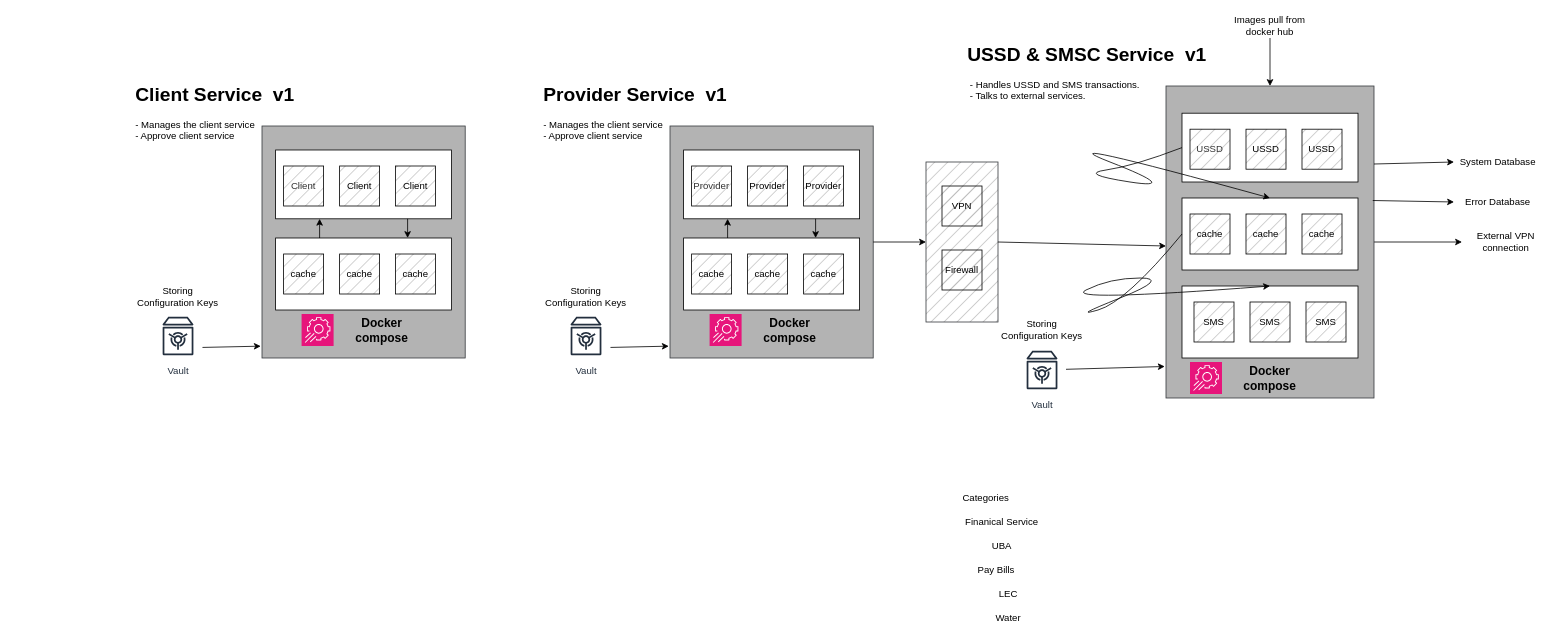
The draw.io diagram VAS.drawio in brilliantnarlo/system-design, before the edit. Source tidied: cells renumbered, new cells numbered last; positions are measured from the earlier drawing's top-left corner, leaving out a move shared by most shapes. Both pictures are drawn from the tidied source at 80%, with x=0, y=0 at pixel (134, 14).
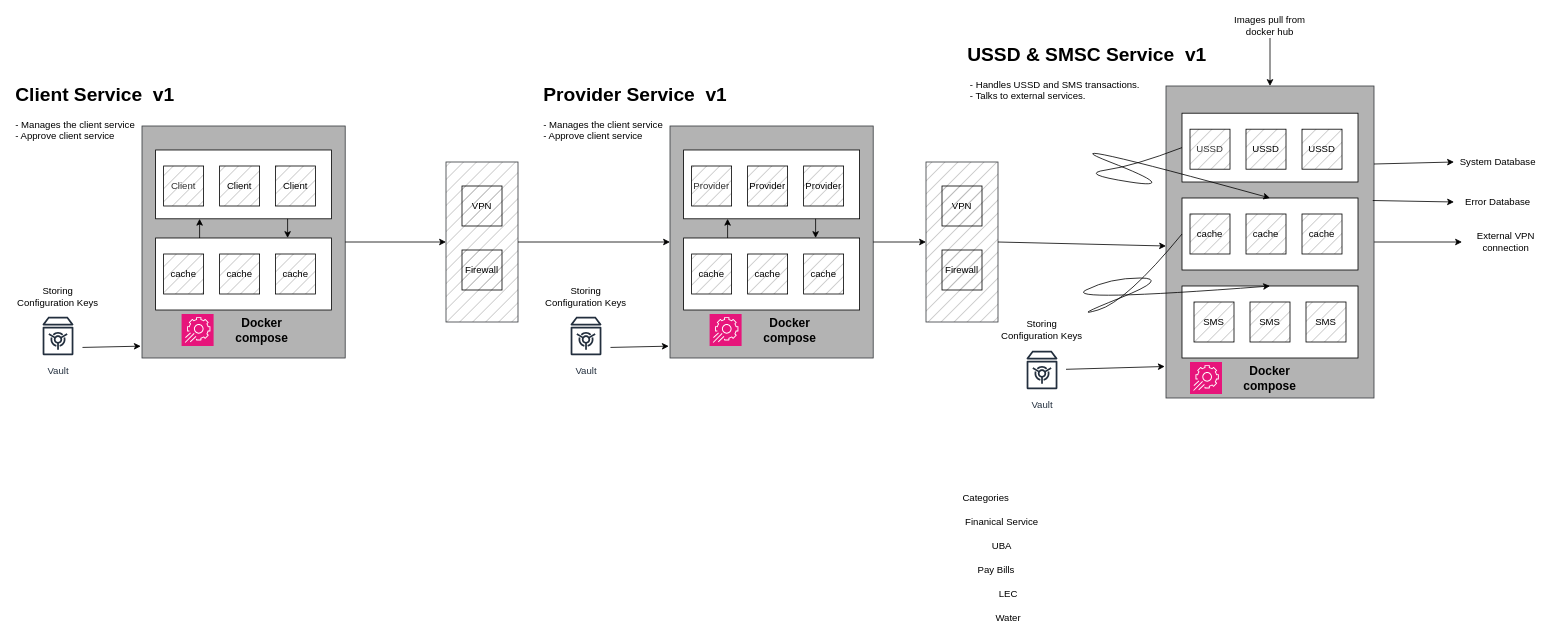
The same page after the edit.

The change refers to these unchanged cells:
```xml
<mxCell id="37" style="rounded=0;whiteSpace=wrap;html=1;fillColor=#B3B3B3;strokeColor=#36393d;strokeWidth=1;glass=0;fillStyle=solid;" parent="1" vertex="1">
  <mxGeometry x="670" y="140" width="254" height="290" as="geometry" />
</mxCell>
```

The edit, as a diff of the source:
```diff
@@
     <mxCell id="59" style="rounded=0;whiteSpace=wrap;html=1;fillColor=#B3B3B3;strokeColor=#36393d;strokeWidth=1;glass=0;fillStyle=solid;" parent="1" vertex="1">
-      <mxGeometry x="160" y="140" width="254" height="290" as="geometry" />
+      <mxGeometry x="10" y="140" width="254" height="290" as="geometry" />
     </mxCell>
     <mxCell id="60" value="&lt;h1 style=&quot;margin-top: 0px;&quot;&gt;Client Service&amp;nbsp; v1&lt;/h1&gt;&lt;div&gt;- Manages the client service&lt;/div&gt;&lt;div&gt;- Approve client service&lt;/div&gt;" style="text;html=1;whiteSpace=wrap;overflow=hidden;rounded=0;" parent="1" vertex="1">
-      <mxGeometry y="80" width="320" height="90" as="geometry" />
+      <mxGeometry x="-150" y="80" width="320" height="90" as="geometry" />
     </mxCell>
     <mxCell id="61" style="rounded=0;whiteSpace=wrap;html=1;" parent="1" vertex="1">
-      <mxGeometry x="177" y="170" width="220" height="86" as="geometry" />
+      <mxGeometry x="27" y="170" width="220" height="86" as="geometry" />
     </mxCell>
     <mxCell id="62" value="Client" style="rounded=0;whiteSpace=wrap;html=1;glass=0;fillColor=#B3B3B3;strokeColor=#000000;fontColor=#333333;fillStyle=hatch;" parent="1" vertex="1">
-      <mxGeometry x="187" y="190" width="50" height="50" as="geometry" />
+      <mxGeometry x="37" y="190" width="50" height="50" as="geometry" />
     </mxCell>
     <mxCell id="63" value="Client" style="rounded=0;whiteSpace=wrap;html=1;strokeColor=light-dark(#000000,#EDEDED);fillColor=#B3B3B3;fillStyle=hatch;" parent="1" vertex="1">
-      <mxGeometry x="257" y="190" width="50" height="50" as="geometry" />
+      <mxGeometry x="107" y="190" width="50" height="50" as="geometry" />
     </mxCell>
     <mxCell id="64" value="Client" style="rounded=0;whiteSpace=wrap;html=1;fillColor=#B3B3B3;fillStyle=hatch;" parent="1" vertex="1">
-      <mxGeometry x="327" y="190" width="50" height="50" as="geometry" />
+      <mxGeometry x="177" y="190" width="50" height="50" as="geometry" />
     </mxCell>
     <mxCell id="65" value="Vault" style="sketch=0;outlineConnect=0;fontColor=#232F3E;gradientColor=none;strokeColor=#232F3E;fillColor=#ffffff;dashed=0;verticalLabelPosition=bottom;verticalAlign=top;align=center;html=1;fontSize=12;fontStyle=0;shape=mxgraph.aws4.resourceIcon;resIcon=mxgraph.aws4.vault;" parent="1" vertex="1">
-      <mxGeometry x="25" y="372.5" width="60" height="60" as="geometry" />
+      <mxGeometry x="-125" y="372.5" width="60" height="60" as="geometry" />
     </mxCell>
     <mxCell id="66" value="Storing Configuration Keys" style="text;html=1;whiteSpace=wrap;strokeColor=none;fillColor=none;align=center;verticalAlign=middle;rounded=0;" parent="1" vertex="1">
-      <mxGeometry y="337.5" width="110" height="30" as="geometry" />
+      <mxGeometry x="-150" y="337.5" width="110" height="30" as="geometry" />
     </mxCell>
     <mxCell id="67" style="rounded=0;whiteSpace=wrap;html=1;" parent="1" vertex="1">
-      <mxGeometry x="177" y="280" width="220" height="90" as="geometry" />
+      <mxGeometry x="27" y="280" width="220" height="90" as="geometry" />
     </mxCell>
     <mxCell id="68" value="cache" style="rounded=0;whiteSpace=wrap;html=1;fillStyle=hatch;fillColor=#B3B3B3;" parent="1" vertex="1">
-      <mxGeometry x="187" y="300" width="50" height="50" as="geometry" />
+      <mxGeometry x="37" y="300" width="50" height="50" as="geometry" />
     </mxCell>
     <mxCell id="69" value="cache" style="rounded=0;whiteSpace=wrap;html=1;fillStyle=hatch;fillColor=#B3B3B3;" parent="1" vertex="1">
-      <mxGeometry x="257" y="300" width="50" height="50" as="geometry" />
+      <mxGeometry x="107" y="300" width="50" height="50" as="geometry" />
     </mxCell>
     <mxCell id="70" value="cache" style="rounded=0;whiteSpace=wrap;html=1;fillStyle=hatch;fillColor=#B3B3B3;" parent="1" vertex="1">
-      <mxGeometry x="327" y="300" width="50" height="50" as="geometry" />
+      <mxGeometry x="177" y="300" width="50" height="50" as="geometry" />
     </mxCell>
@@
     <mxCell id="73" value="Docker compose" style="text;html=1;whiteSpace=wrap;strokeColor=none;fillColor=none;align=center;verticalAlign=middle;rounded=0;fontSize=15;fontStyle=1;" parent="1" vertex="1">
-      <mxGeometry x="254.5" y="380" width="110" height="30" as="geometry" />
+      <mxGeometry x="104.5" y="380" width="110" height="30" as="geometry" />
     </mxCell>
     <mxCell id="74" style="sketch=0;fontColor=#232F3E;fillColor=#E7157B;strokeColor=#ffffff;dashed=0;verticalLabelPosition=bottom;verticalAlign=top;align=center;html=1;fontSize=12;fontStyle=0;shape=mxgraph.aws4.resourceIcon;resIcon=mxgraph.aws4.app_config;" parent="1" vertex="1">
-      <mxGeometry x="209.5" y="375" width="40" height="40" as="geometry" />
+      <mxGeometry x="59.5" y="375" width="40" height="40" as="geometry" />
     </mxCell>
@@
+    <mxCell id="76" style="rounded=0;whiteSpace=wrap;html=1;fillColor=#B3B3B3;strokeColor=#36393d;strokeWidth=1;glass=0;fillStyle=hatch;gradientColor=none;" parent="1" vertex="1">
+      <mxGeometry x="390" y="185" width="90" height="200" as="geometry" />
+    </mxCell>
+    <mxCell id="77" value="VPN" style="rounded=0;whiteSpace=wrap;html=1;fillColor=#B3B3B3;fillStyle=hatch;" parent="1" vertex="1">
+      <mxGeometry x="410" y="215" width="50" height="50" as="geometry" />
+    </mxCell>
+    <mxCell id="78" value="Firewall" style="rounded=0;whiteSpace=wrap;html=1;fillColor=#B3B3B3;fillStyle=hatch;" parent="1" vertex="1">
+      <mxGeometry x="410" y="295" width="50" height="50" as="geometry" />
+    </mxCell>
+    <mxCell id="79" style="endArrow=classic;html=1;rounded=0;exitX=1;exitY=0.5;exitDx=0;exitDy=0;entryX=0;entryY=0.5;entryDx=0;entryDy=0;" parent="1" edge="1" source="59" target="76">
+      <mxGeometry relative="1" as="geometry" />
+    </mxCell>
+    <mxCell id="80" style="endArrow=classic;html=1;rounded=0;exitX=1;exitY=0.5;exitDx=0;exitDy=0;entryX=0;entryY=0.5;entryDx=0;entryDy=0;" parent="1" edge="1" source="76" target="37">
+      <mxGeometry relative="1" as="geometry" />
+    </mxCell>
```
